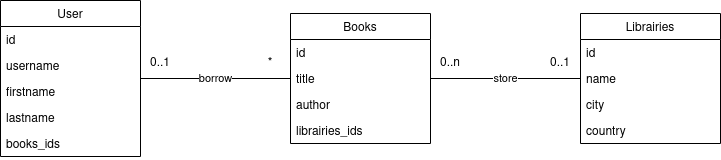
akred/books_rest_api keeps this draw.io diagram as doc/books_rest_api.png. Above is the earlier version. Source tidied: cells renumbered, new cells last; positions are measured from the earlier drawing's top-left corner, leaving out a move shared by most shapes.
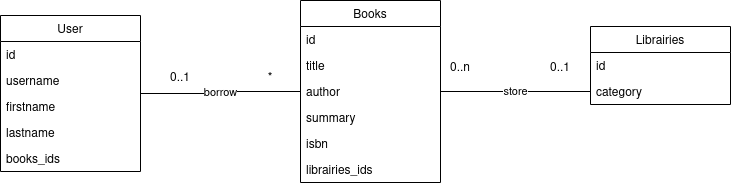
Later version of the same file.

Diff of the diagram source:
```diff
@@ -2,9 +2,6 @@
   <root>
     <mxCell id="0" />
     <mxCell id="1" parent="0" />
-    <mxCell id="2" value="borrow" style="edgeStyle=orthogonalEdgeStyle;rounded=0;jettySize=auto;html=1;entryX=0;entryY=0.5;entryDx=0;entryDy=0;endArrow=none;endFill=0;strokeColor=#000000;" parent="1" edge="1" source="3" target="12">
-      <mxGeometry relative="1" as="geometry" />
-    </mxCell>
     <mxCell id="3" value="User" style="swimlane;fontStyle=0;horizontal=1;startSize=26;fillColor=none;" parent="1" vertex="1">
       <mxGeometry width="140" height="156" as="geometry" />
     </mxCell>
@@ -23,11 +20,8 @@
     <mxCell id="8" value="books_ids" style="text;strokeColor=none;fillColor=none;align=left;verticalAlign=top;spacingLeft=4;spacingRight=4;overflow=hidden;" parent="3" vertex="1">
       <mxGeometry y="130" width="140" height="26" as="geometry" />
     </mxCell>
-    <mxCell id="9" value="store" style="edgeStyle=orthogonalEdgeStyle;rounded=0;jettySize=auto;html=1;entryX=0;entryY=0.5;entryDx=0;entryDy=0;endArrow=none;endFill=0;strokeColor=#000000;" parent="1" edge="1" source="10" target="17">
-      <mxGeometry relative="1" as="geometry" />
-    </mxCell>
     <mxCell id="10" value="Books" style="swimlane;fontStyle=0;horizontal=1;startSize=26;fillColor=none;" parent="1" vertex="1">
-      <mxGeometry x="290" y="13" width="140" height="130" as="geometry" />
+      <mxGeometry x="300" y="-15" width="140" height="182" as="geometry" />
     </mxCell>
     <mxCell id="11" value="id" style="text;strokeColor=none;fillColor=none;align=left;verticalAlign=top;spacingLeft=4;spacingRight=4;overflow=hidden;" parent="10" vertex="1">
       <mxGeometry y="26" width="140" height="26" as="geometry" />
@@ -38,35 +32,44 @@
     <mxCell id="13" value="author" style="text;strokeColor=none;fillColor=none;align=left;verticalAlign=top;spacingLeft=4;spacingRight=4;overflow=hidden;points=[[0,0.5],[1,0.5]];portConstraint=eastwest;" parent="10" vertex="1">
       <mxGeometry y="78" width="140" height="26" as="geometry" />
     </mxCell>
+    <mxCell id="24" value="summary" style="text;strokeColor=none;fillColor=none;align=left;verticalAlign=top;spacingLeft=4;spacingRight=4;overflow=hidden;" parent="10" vertex="1">
+      <mxGeometry y="104" width="140" height="26" as="geometry" />
+    </mxCell>
+    <mxCell id="25" value="isbn" style="text;strokeColor=none;fillColor=none;align=left;verticalAlign=top;spacingLeft=4;spacingRight=4;overflow=hidden;" parent="10" vertex="1">
+      <mxGeometry y="130" width="140" height="26" as="geometry" />
+    </mxCell>
     <mxCell id="14" value="librairies_ids" style="text;strokeColor=none;fillColor=none;align=left;verticalAlign=top;spacingLeft=4;spacingRight=4;overflow=hidden;" parent="10" vertex="1">
-      <mxGeometry y="104" width="140" height="26" as="geometry" />
+      <mxGeometry y="156" width="140" height="26" as="geometry" />
     </mxCell>
     <mxCell id="15" value="Librairies" style="swimlane;fontStyle=0;horizontal=1;startSize=26;fillColor=none;" parent="1" vertex="1">
-      <mxGeometry x="580" y="13" width="140" height="130" as="geometry" />
+      <mxGeometry x="590" y="11" width="140" height="78" as="geometry" />
     </mxCell>
     <mxCell id="16" value="id" style="text;strokeColor=none;fillColor=none;align=left;verticalAlign=top;spacingLeft=4;spacingRight=4;overflow=hidden;" parent="15" vertex="1">
       <mxGeometry y="26" width="140" height="26" as="geometry" />
     </mxCell>
-    <mxCell id="17" value="name" style="text;strokeColor=none;fillColor=none;align=left;verticalAlign=top;spacingLeft=4;spacingRight=4;overflow=hidden;points=[[0,0.5],[1,0.5]];portConstraint=eastwest;" parent="15" vertex="1">
+    <mxCell id="17" value="category" style="text;strokeColor=none;fillColor=none;align=left;verticalAlign=top;spacingLeft=4;spacingRight=4;overflow=hidden;points=[[0,0.5],[1,0.5]];portConstraint=eastwest;" parent="15" vertex="1">
       <mxGeometry y="52" width="140" height="26" as="geometry" />
     </mxCell>
-    <mxCell id="18" value="city" style="text;strokeColor=none;fillColor=none;align=left;verticalAlign=top;spacingLeft=4;spacingRight=4;overflow=hidden;" parent="15" vertex="1">
-      <mxGeometry y="78" width="140" height="26" as="geometry" />
-    </mxCell>
-    <mxCell id="19" value="country" style="text;strokeColor=none;fillColor=none;align=left;verticalAlign=top;spacingLeft=4;spacingRight=4;overflow=hidden;" parent="15" vertex="1">
-      <mxGeometry y="104" width="140" height="26" as="geometry" />
-    </mxCell>
+    <mxCell id="26" style="group;" parent="1" vertex="1">
+      <mxGeometry x="160" y="53" width="150" height="20" as="geometry" />
+    </mxCell>
-    <mxCell id="20" value="0..1" style="text;html=1;strokeColor=none;fillColor=none;align=center;verticalAlign=middle;whiteSpace=wrap;rounded=0;" parent="1" vertex="1">
-      <mxGeometry x="140" y="53" width="40" height="20" as="geometry" />
+    <mxCell id="20" value="0..1" style="text;html=1;strokeColor=none;fillColor=none;align=center;verticalAlign=middle;whiteSpace=wrap;rounded=0;" parent="26" vertex="1">
+      <mxGeometry width="40" height="20" as="geometry" />
     </mxCell>
-    <mxCell id="21" value="*" style="text;html=1;strokeColor=none;fillColor=none;align=center;verticalAlign=middle;whiteSpace=wrap;rounded=0;" parent="1" vertex="1">
-      <mxGeometry x="250" y="53" width="40" height="20" as="geometry" />
+    <mxCell id="21" value="*" style="text;html=1;strokeColor=none;fillColor=none;align=center;verticalAlign=middle;whiteSpace=wrap;rounded=0;" parent="26" vertex="1">
+      <mxGeometry x="90" width="40" height="20" as="geometry" />
     </mxCell>
+    <mxCell id="2" value="borrow" style="edgeStyle=orthogonalEdgeStyle;rounded=0;jettySize=auto;html=1;entryX=0;entryY=0.5;entryDx=0;entryDy=0;endArrow=none;endFill=0;strokeColor=#000000;" parent="1" edge="1" source="3" target="13">
+      <mxGeometry relative="1" as="geometry" />
+    </mxCell>
     <mxCell id="22" value="0..n" style="text;html=1;strokeColor=none;fillColor=none;align=center;verticalAlign=middle;whiteSpace=wrap;rounded=0;" parent="1" vertex="1">
-      <mxGeometry x="430" y="53" width="40" height="20" as="geometry" />
+      <mxGeometry x="440" y="43" width="40" height="20" as="geometry" />
     </mxCell>
     <mxCell id="23" value="0..1" style="text;html=1;strokeColor=none;fillColor=none;align=center;verticalAlign=middle;whiteSpace=wrap;rounded=0;" parent="1" vertex="1">
-      <mxGeometry x="540" y="53" width="40" height="20" as="geometry" />
+      <mxGeometry x="540" y="43" width="40" height="20" as="geometry" />
     </mxCell>
+    <mxCell id="9" value="store" style="edgeStyle=orthogonalEdgeStyle;rounded=0;jettySize=auto;html=1;entryX=0;entryY=0.5;entryDx=0;entryDy=0;endArrow=none;endFill=0;strokeColor=#000000;" parent="1" edge="1" source="10" target="17">
+      <mxGeometry x="540" y="370" as="geometry" />
+    </mxCell>
   </root>
 </mxGraphModel>
```
